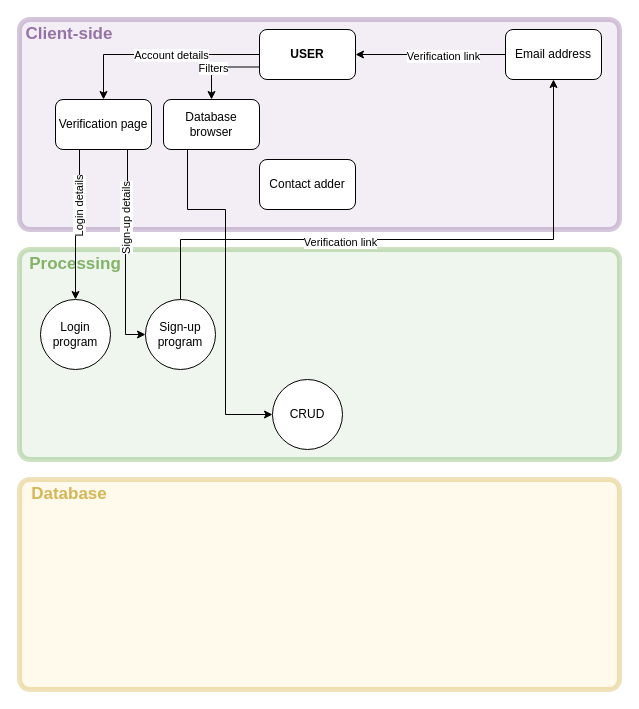
Above: diagrams/dataflow.drawio in morphalcode/XMLdiagrams (draw.io), before the change. Source tidied: cells renumbered, new cells numbered last; positions are measured from the earlier drawing's top-left corner, leaving out a move shared by most shapes. Both pictures are drawn from the tidied source at 100%, with x=0, y=0 at pixel (19, 19).
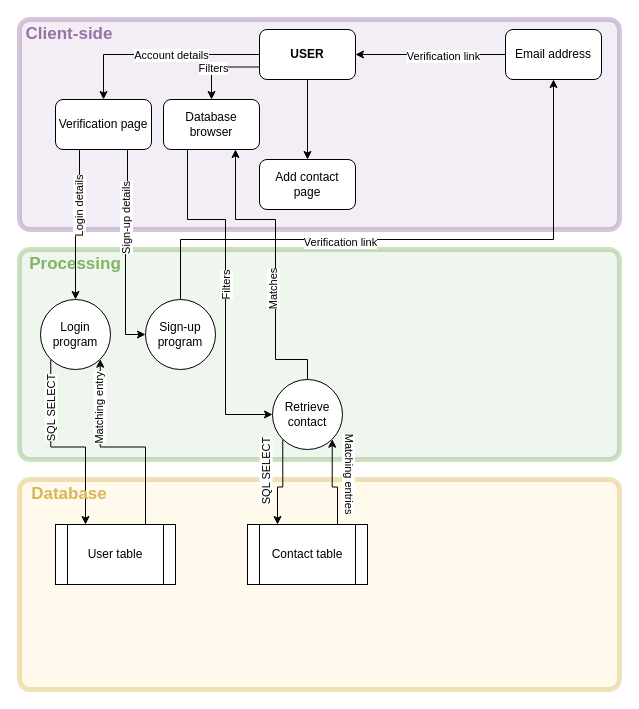
The same page after the edit.

Unchanged cells that the change refers to:
```xml
<mxCell id="8" value="&lt;b&gt;USER&lt;/b&gt;" style="rounded=1;whiteSpace=wrap;html=1;" parent="1" vertex="1">
  <mxGeometry x="240" y="10" width="96" height="50" as="geometry" />
</mxCell>
<mxCell id="19" value="Login program" style="ellipse;whiteSpace=wrap;html=1;" parent="1" vertex="1">
  <mxGeometry x="21" y="280" width="70" height="70" as="geometry" />
</mxCell>
<mxCell id="24" value="Database browser" style="rounded=1;whiteSpace=wrap;html=1;" parent="1" vertex="1">
  <mxGeometry x="144" y="80" width="96" height="50" as="geometry" />
</mxCell>
```

Diff of the diagram source:
```diff
@@
+    <mxCell id="9" style="rounded=1;whiteSpace=wrap;html=1;fillColor=#d5e8d4;fillStyle=auto;opacity=40;strokeColor=#82B366;strokeWidth=5;perimeterSpacing=0;arcSize=5;" parent="1" vertex="1">
+      <mxGeometry y="230" width="600" height="210" as="geometry" />
+    </mxCell>
+    <mxCell id="27" style="rounded=1;whiteSpace=wrap;html=1;fillColor=#fff2cc;fillStyle=auto;opacity=40;strokeColor=#d6b656;strokeWidth=5;perimeterSpacing=0;arcSize=5;" parent="1" vertex="1">
+      <mxGeometry y="460" width="600" height="210" as="geometry" />
+    </mxCell>
@@
+    <mxCell id="29" style="edgeStyle=orthogonalEdgeStyle;rounded=0;jettySize=auto;html=1;exitX=0.5;exitY=1;exitDx=0;exitDy=0;entryX=0.5;entryY=0;entryDx=0;entryDy=0;" parent="1" edge="1" source="8" target="26">
+      <mxGeometry relative="1" as="geometry" />
+    </mxCell>
@@
-    <mxCell id="9" style="rounded=1;whiteSpace=wrap;html=1;fillColor=#d5e8d4;fillStyle=auto;opacity=40;strokeColor=#82B366;strokeWidth=5;perimeterSpacing=0;arcSize=5;" parent="1" vertex="1">
-      <mxGeometry y="230" width="600" height="210" as="geometry" />
-    </mxCell>
@@
+    <mxCell id="30" style="edgeStyle=orthogonalEdgeStyle;rounded=0;jettySize=auto;html=1;exitX=0;exitY=1;exitDx=0;exitDy=0;entryX=0.25;entryY=0;entryDx=0;entryDy=0;" parent="1" edge="1" source="19" target="39">
+      <mxGeometry relative="1" as="geometry" />
+    </mxCell>
+    <mxCell id="31" value="SQL SELECT" style="edgeLabel;html=1;align=center;verticalAlign=middle;rotation=270;" parent="30" vertex="1">
+      <mxGeometry x="-0.4" relative="1" as="geometry">
+        <mxPoint y="-10" as="offset" />
+      </mxGeometry>
+    </mxCell>
@@
     <mxCell id="23" style="edgeStyle=orthogonalEdgeStyle;rounded=0;jettySize=auto;html=1;exitX=0.25;exitY=1;exitDx=0;exitDy=0;entryX=0;entryY=0.5;entryDx=0;entryDy=0;" parent="1" edge="1" source="24" target="25">
       <mxGeometry relative="1" as="geometry">
         <Array as="points">
-          <mxPoint x="168" y="190" />
-          <mxPoint x="206" y="190" />
+          <mxPoint x="168" y="200" />
+          <mxPoint x="206" y="200" />
           <mxPoint x="206" y="395" />
         </Array>
       </mxGeometry>
     </mxCell>
+    <mxCell id="32" value="Filters" style="edgeLabel;html=1;align=center;verticalAlign=middle;rotation=270;" parent="23" vertex="1">
+      <mxGeometry relative="1" as="geometry" />
+    </mxCell>
@@
+    <mxCell id="33" style="edgeStyle=orthogonalEdgeStyle;rounded=0;jettySize=auto;html=1;exitX=0;exitY=1;exitDx=0;exitDy=0;entryX=0.25;entryY=0;entryDx=0;entryDy=0;" parent="1" edge="1" source="25" target="42">
+      <mxGeometry relative="1" as="geometry" />
+    </mxCell>
+    <mxCell id="34" value="SQL SELECT" style="edgeLabel;html=1;align=center;verticalAlign=middle;rotation=270;" parent="33" vertex="1">
+      <mxGeometry x="-0.27" y="-1" relative="1" as="geometry">
+        <mxPoint x="-16" as="offset" />
+      </mxGeometry>
+    </mxCell>
+    <mxCell id="35" style="edgeStyle=orthogonalEdgeStyle;rounded=0;jettySize=auto;html=1;exitX=0.5;exitY=0;exitDx=0;exitDy=0;entryX=0.75;entryY=1;entryDx=0;entryDy=0;" parent="1" edge="1" source="25" target="24">
+      <mxGeometry relative="1" as="geometry">
+        <Array as="points">
+          <mxPoint x="288" y="340" />
+          <mxPoint x="256" y="340" />
+          <mxPoint x="256" y="200" />
+          <mxPoint x="216" y="200" />
+        </Array>
+      </mxGeometry>
+    </mxCell>
+    <mxCell id="36" value="Matches" style="edgeLabel;html=1;align=center;verticalAlign=middle;rotation=270;" parent="35" vertex="1">
+      <mxGeometry x="-0.11" relative="1" as="geometry">
+        <mxPoint x="-3" y="13" as="offset" />
+      </mxGeometry>
+    </mxCell>
-    <mxCell id="25" value="CRUD" style="ellipse;whiteSpace=wrap;html=1;" parent="1" vertex="1">
+    <mxCell id="25" value="Retrieve contact" style="ellipse;whiteSpace=wrap;html=1;" parent="1" vertex="1">
       <mxGeometry x="253" y="360" width="70" height="70" as="geometry" />
     </mxCell>
-    <mxCell id="26" value="Contact adder" style="rounded=1;whiteSpace=wrap;html=1;" parent="1" vertex="1">
+    <mxCell id="26" value="Add contact&lt;br&gt;page" style="rounded=1;whiteSpace=wrap;html=1;" parent="1" vertex="1">
       <mxGeometry x="240" y="140" width="96" height="50" as="geometry" />
     </mxCell>
-    <mxCell id="27" style="rounded=1;whiteSpace=wrap;html=1;fillColor=#fff2cc;fillStyle=auto;opacity=40;strokeColor=#d6b656;strokeWidth=5;perimeterSpacing=0;arcSize=5;" parent="1" vertex="1">
-      <mxGeometry y="460" width="600" height="210" as="geometry" />
-    </mxCell>
@@
+    <mxCell id="37" style="edgeStyle=orthogonalEdgeStyle;rounded=0;jettySize=auto;html=1;exitX=0.75;exitY=0;exitDx=0;exitDy=0;entryX=1;entryY=1;entryDx=0;entryDy=0;" parent="1" edge="1" source="39" target="19">
+      <mxGeometry relative="1" as="geometry" />
+    </mxCell>
+    <mxCell id="38" value="Matching entry" style="edgeLabel;html=1;align=center;verticalAlign=middle;rotation=270;" parent="37" vertex="1">
+      <mxGeometry x="0.44" y="1" relative="1" as="geometry">
+        <mxPoint y="-9" as="offset" />
+      </mxGeometry>
+    </mxCell>
+    <mxCell id="39" value="User table" style="shape=process;whiteSpace=wrap;html=1;backgroundOutline=1;" parent="1" vertex="1">
+      <mxGeometry x="36" y="505" width="120" height="60" as="geometry" />
+    </mxCell>
+    <mxCell id="40" style="edgeStyle=orthogonalEdgeStyle;rounded=0;jettySize=auto;html=1;exitX=0.75;exitY=0;exitDx=0;exitDy=0;entryX=1;entryY=1;entryDx=0;entryDy=0;" parent="1" edge="1" source="42" target="25">
+      <mxGeometry relative="1" as="geometry" />
+    </mxCell>
+    <mxCell id="41" value="Matching entries" style="edgeLabel;html=1;align=center;verticalAlign=middle;rotation=90;" parent="40" vertex="1">
+      <mxGeometry x="0.24" relative="1" as="geometry">
+        <mxPoint x="18" as="offset" />
+      </mxGeometry>
+    </mxCell>
+    <mxCell id="42" value="Contact table" style="shape=process;whiteSpace=wrap;html=1;backgroundOutline=1;" parent="1" vertex="1">
+      <mxGeometry x="228" y="505" width="120" height="60" as="geometry" />
+    </mxCell>
```
